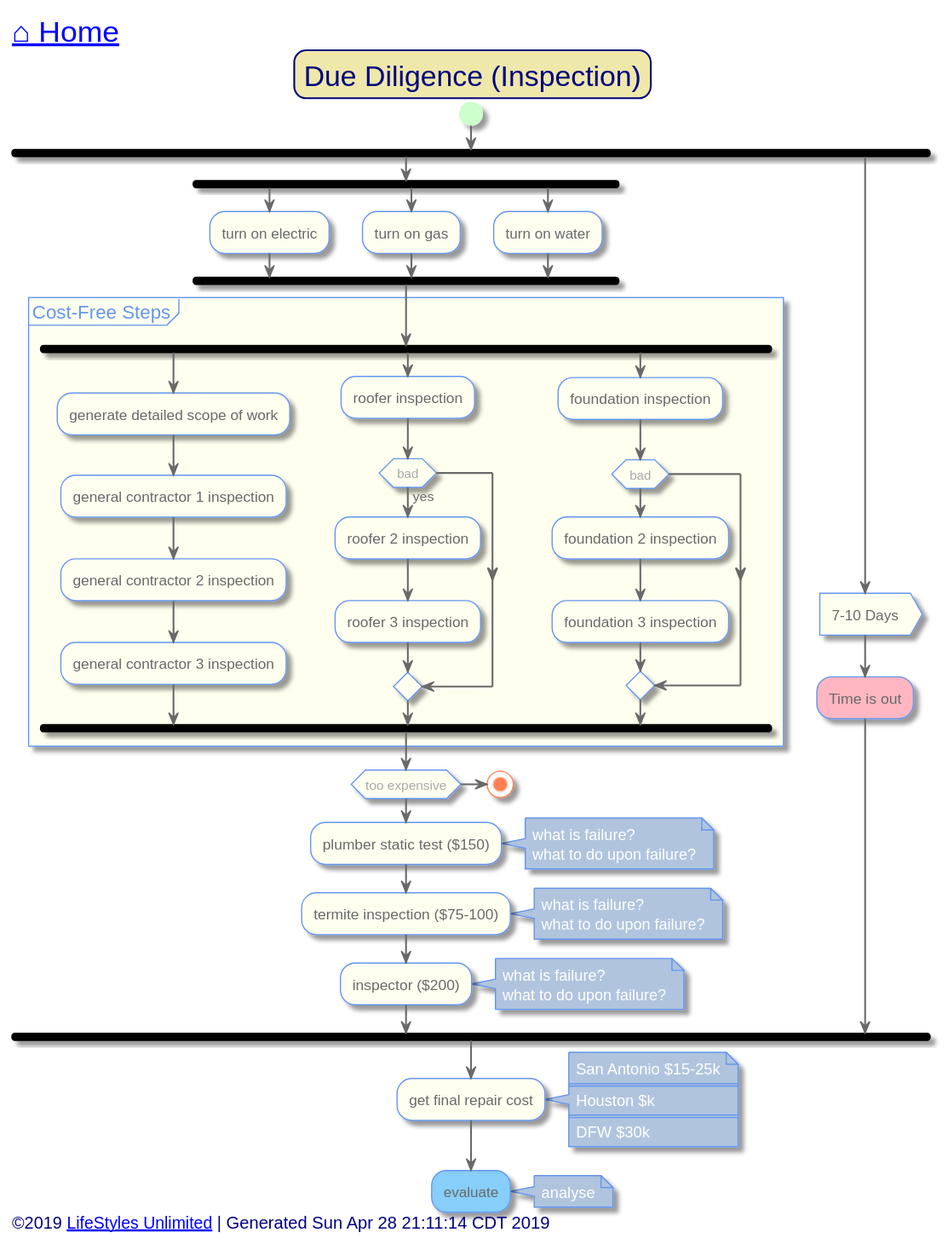
Above: out/src/single-family/due-diligence.svg in toddmo/lifestylesunlimited (PlantUML), before the change.
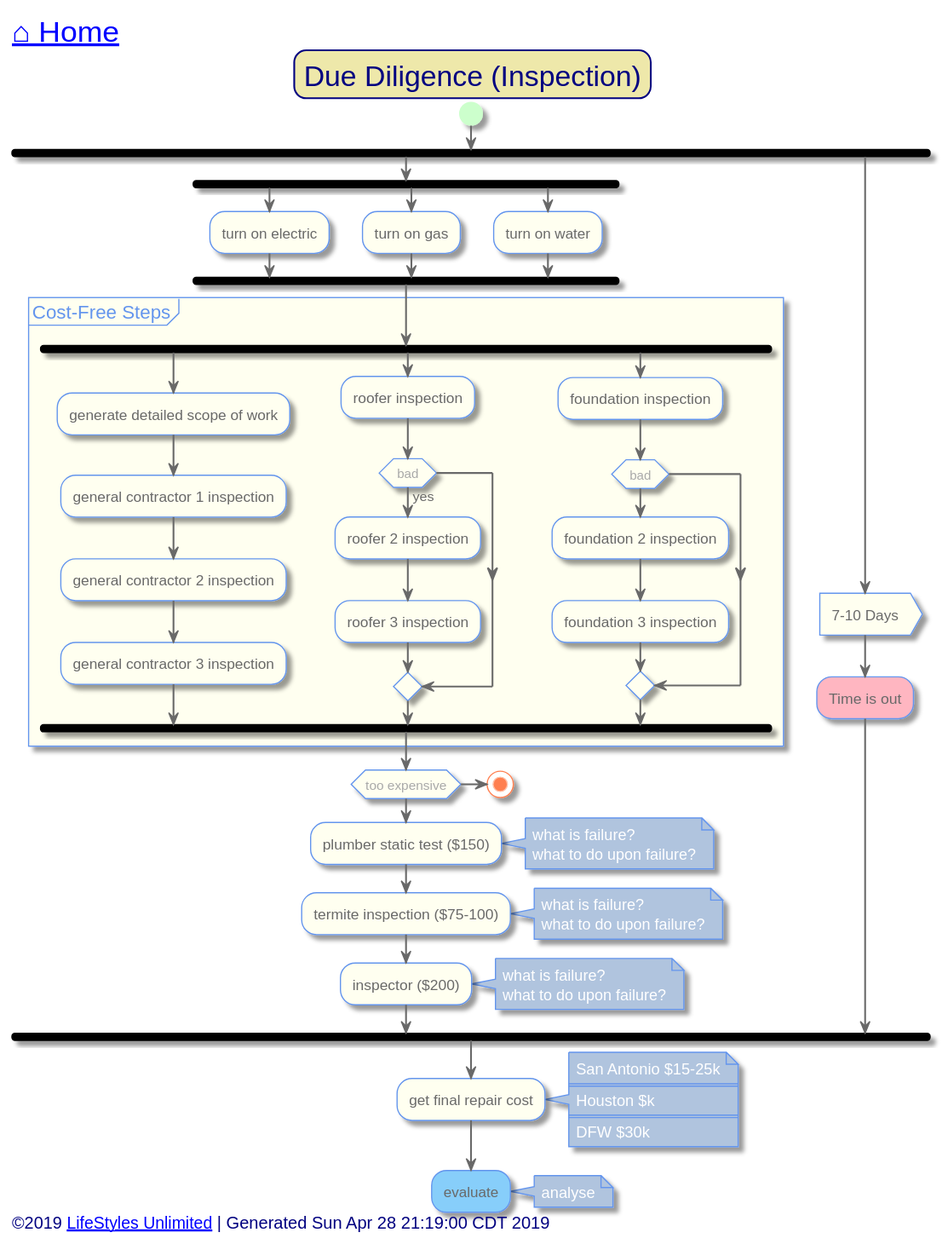
Above is the later version.

Diff of the diagram source:
```diff
@@ -149,7 +149,7 @@
 
 
 left footer
-	<font size=14>©2019 [[http://www.lifestylesunlimited.com LifeStyles Unlimited]] | Generated Sun Apr 28 21:11:14 CDT 2019</font>
+	<font size=14>©2019 [[http://www.lifestylesunlimited.com LifeStyles Unlimited]] | Generated Sun Apr 28 21:19:00 CDT 2019</font>
 endfooter
 
 
```
